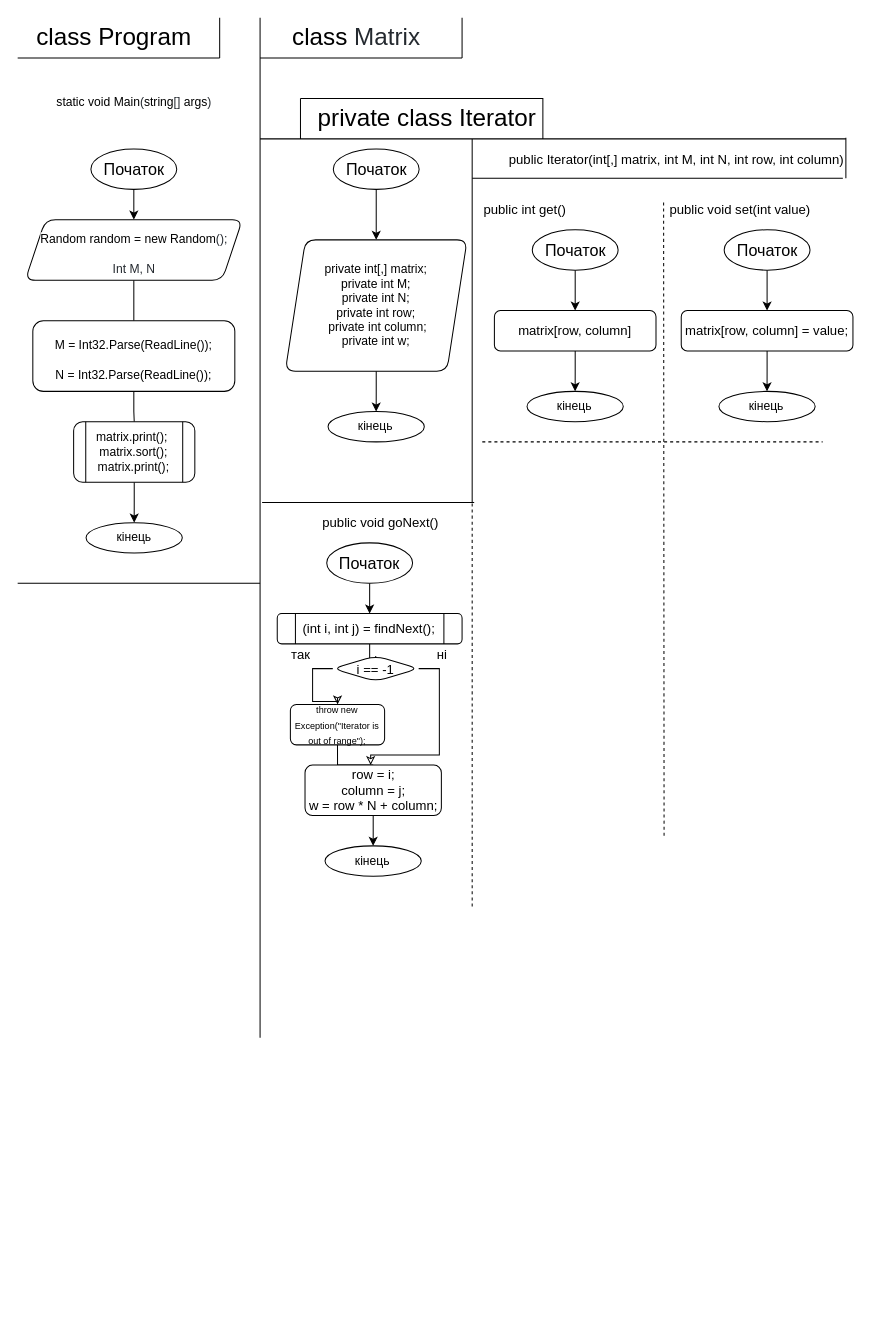
This is asd_2 term/laba_5/laboratorna5.drawio from IKatiaI/ads-nahorna-kp13, a draw.io file, before an edit. Source tidied: cells renumbered, new cells numbered last; positions are measured from the earlier drawing's top-left corner, leaving out a move shared by most shapes. Both pictures are drawn from the tidied source at 101%, with x=0, y=0 at pixel (17, 17).
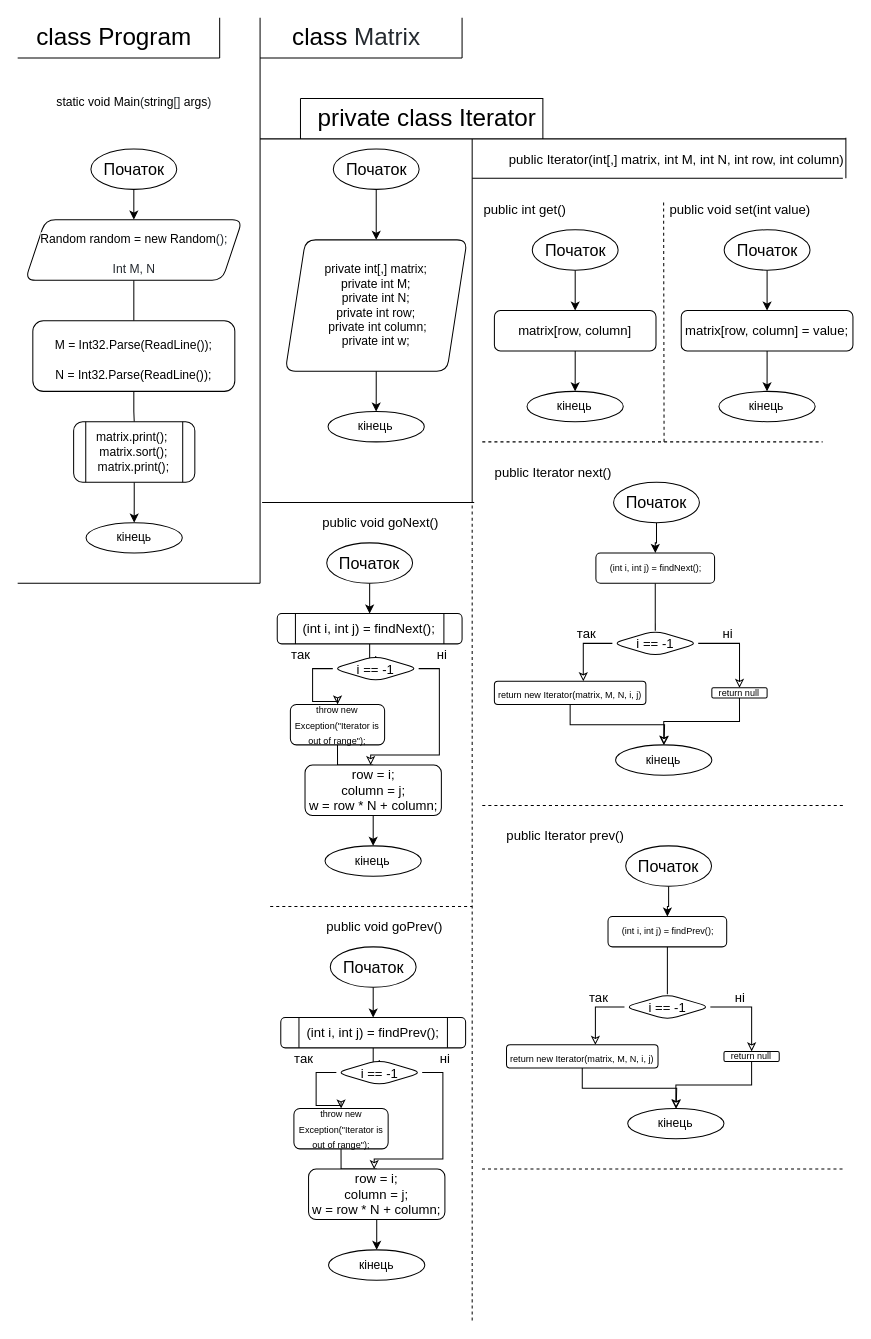
The same page after the edit.

The change refers to these unchanged cells:
```xml
<mxCell id="45" value="public void set(int value)" style="text;html=1;align=center;verticalAlign=middle;points=[];strokeColor=none;fillColor=none;fontSize=13;" parent="1" vertex="1">
  <mxGeometry x="639.7" y="180" width="150" height="20" as="geometry" />
</mxCell>
```

The edit, as a diff of the source:
```diff
@@
     <mxCell id="15" style="endArrow=none;html=1;rounded=0;fontSize=12;" parent="1" edge="1">
       <mxGeometry relative="1" as="geometry">
-        <mxPoint x="240" y="1010" as="sourcePoint" />
+        <mxPoint x="240" y="560" as="sourcePoint" />
         <mxPoint x="240" as="targetPoint" />
       </mxGeometry>
     </mxCell>
@@
     <mxCell id="46" style="endArrow=none;dashed=1;html=1;rounded=0;fontSize=13;entryX=-0.001;entryY=0.021;entryDx=0;entryDy=0;entryPerimeter=0;" parent="1" edge="1" target="45">
       <mxGeometry relative="1" as="geometry">
-        <mxPoint x="640" y="810" as="sourcePoint" />
+        <mxPoint x="640" y="420" as="sourcePoint" />
       </mxGeometry>
     </mxCell>
@@
     <mxCell id="63" style="endArrow=none;dashed=1;html=1;rounded=0;fontSize=13;" parent="1" edge="1">
       <mxGeometry relative="1" as="geometry">
-        <mxPoint x="450" y="880" as="sourcePoint" />
+        <mxPoint x="450" y="1290" as="sourcePoint" />
         <mxPoint x="450" y="480" as="targetPoint" />
       </mxGeometry>
     </mxCell>
+    <mxCell id="64" value="public void goPrev()" style="text;html=1;align=center;verticalAlign=middle;strokeColor=none;fillColor=none;fontSize=13;" parent="1" vertex="1">
+      <mxGeometry x="297.5" y="890" width="130" height="20" as="geometry" />
+    </mxCell>
+    <mxCell id="65" style="edgeStyle=orthogonalEdgeStyle;rounded=0;jettySize=auto;html=1;exitX=0.5;exitY=1;exitDx=0;exitDy=0;fontSize=12;" parent="1" edge="1" source="66" target="68">
+      <mxGeometry relative="1" as="geometry" />
+    </mxCell>
+    <mxCell id="66" value="Початок" style="ellipse;whiteSpace=wrap;html=1;fontSize=16;strokeWidth=1;rounded=1;sketch=0;" parent="1" vertex="1">
+      <mxGeometry x="309.5" y="920" width="85" height="40" as="geometry" />
+    </mxCell>
+    <mxCell id="67" style="edgeStyle=orthogonalEdgeStyle;rounded=0;jettySize=auto;html=1;exitX=0.5;exitY=1;exitDx=0;exitDy=0;fontSize=13;endArrow=none;endFill=0;" parent="1" edge="1" source="68" target="71">
+      <mxGeometry relative="1" as="geometry" />
+    </mxCell>
+    <mxCell id="68" value="(int i, int j) = findPrev();" style="shape=process;whiteSpace=wrap;html=1;backgroundOutline=1;rounded=1;sketch=0;fontSize=13;" parent="1" vertex="1">
+      <mxGeometry x="260.5" y="990" width="183" height="30" as="geometry" />
+    </mxCell>
+    <mxCell id="69" style="edgeStyle=orthogonalEdgeStyle;rounded=0;jettySize=auto;html=1;exitX=0;exitY=0.5;exitDx=0;exitDy=0;fontSize=13;endArrow=classic;endFill=0;" parent="1" edge="1" source="71" target="75">
+      <mxGeometry relative="1" as="geometry" />
+    </mxCell>
+    <mxCell id="70" style="edgeStyle=orthogonalEdgeStyle;rounded=0;jettySize=auto;html=1;exitX=1;exitY=0.5;exitDx=0;exitDy=0;fontSize=13;endArrow=classic;endFill=0;" parent="1" edge="1" source="71" target="76">
+      <mxGeometry relative="1" as="geometry">
+        <Array as="points">
+          <mxPoint x="421" y="1045" />
+          <mxPoint x="421" y="1130" />
+          <mxPoint x="353" y="1130" />
+        </Array>
+      </mxGeometry>
+    </mxCell>
+    <mxCell id="71" value="i == -1" style="rhombus;whiteSpace=wrap;html=1;rounded=1;sketch=0;fontSize=13;" parent="1" vertex="1">
+      <mxGeometry x="315.5" y="1032" width="85" height="25" as="geometry" />
+    </mxCell>
+    <mxCell id="72" value="так" style="text;html=1;align=center;verticalAlign=middle;strokeColor=none;fillColor=none;fontSize=13;" parent="1" vertex="1">
+      <mxGeometry x="268" y="1020" width="30" height="20" as="geometry" />
+    </mxCell>
+    <mxCell id="73" value="ні" style="text;html=1;align=center;verticalAlign=middle;strokeColor=none;fillColor=none;fontSize=13;" parent="1" vertex="1">
+      <mxGeometry x="408" y="1020" width="30" height="20" as="geometry" />
+    </mxCell>
+    <mxCell id="74" style="edgeStyle=orthogonalEdgeStyle;rounded=0;jettySize=auto;html=1;exitX=0.5;exitY=1;exitDx=0;exitDy=0;entryX=0.5;entryY=0;entryDx=0;entryDy=0;fontSize=13;endArrow=none;endFill=0;" parent="1" edge="1" source="75" target="76">
+      <mxGeometry relative="1" as="geometry" />
+    </mxCell>
+    <mxCell id="75" value="&lt;font style=&quot;font-size: 9px&quot;&gt;throw new Exception(&quot;Iterator is out of range&quot;);&lt;/font&gt;" style="rounded=1;whiteSpace=wrap;html=1;sketch=0;fontSize=13;" parent="1" vertex="1">
+      <mxGeometry x="273.5" y="1080" width="93.3" height="40" as="geometry" />
+    </mxCell>
+    <mxCell id="76" value="&lt;div&gt;row = i;&lt;/div&gt;&lt;div&gt;column = j;&lt;/div&gt;&lt;div&gt;w = row * N + column;&lt;/div&gt;" style="rounded=1;whiteSpace=wrap;html=1;sketch=0;fontSize=13;" parent="1" vertex="1">
+      <mxGeometry x="288" y="1140" width="135" height="50" as="geometry" />
+    </mxCell>
+    <mxCell id="77" style="edgeStyle=orthogonalEdgeStyle;rounded=0;jettySize=auto;html=1;fontSize=12;exitX=0.5;exitY=1;exitDx=0;exitDy=0;" parent="1" edge="1" source="76" target="78">
+      <mxGeometry relative="1" as="geometry" />
+    </mxCell>
+    <mxCell id="78" value="кінець" style="ellipse;whiteSpace=wrap;html=1;rounded=1;sketch=0;fontSize=12;" parent="1" vertex="1">
+      <mxGeometry x="307.8" y="1220" width="95.3" height="30" as="geometry" />
+    </mxCell>
+    <mxCell id="79" value="public Iterator next()" style="text;html=1;align=center;verticalAlign=middle;strokeColor=none;fillColor=none;fontSize=13;" parent="1" vertex="1">
+      <mxGeometry x="464.5" y="440" width="130" height="20" as="geometry" />
+    </mxCell>
+    <mxCell id="80" style="edgeStyle=orthogonalEdgeStyle;rounded=0;jettySize=auto;html=1;exitX=0.5;exitY=1;exitDx=0;exitDy=0;fontSize=12;" parent="1" edge="1" source="81" target="84">
+      <mxGeometry relative="1" as="geometry" />
+    </mxCell>
+    <mxCell id="81" value="Початок" style="ellipse;whiteSpace=wrap;html=1;fontSize=16;strokeWidth=1;rounded=1;sketch=0;" parent="1" vertex="1">
+      <mxGeometry x="590" y="460" width="85" height="40" as="geometry" />
+    </mxCell>
+    <mxCell id="82" style="endArrow=none;dashed=1;html=1;rounded=0;fontSize=13;" parent="1" edge="1">
+      <mxGeometry relative="1" as="geometry">
+        <mxPoint x="250" y="880" as="sourcePoint" />
+        <mxPoint x="450" y="880" as="targetPoint" />
+      </mxGeometry>
+    </mxCell>
+    <mxCell id="83" style="edgeStyle=orthogonalEdgeStyle;rounded=0;jettySize=auto;html=1;exitX=0.5;exitY=1;exitDx=0;exitDy=0;fontSize=9;endArrow=none;endFill=0;entryX=0.5;entryY=0;entryDx=0;entryDy=0;" parent="1" edge="1" source="84" target="87">
+      <mxGeometry relative="1" as="geometry" />
+    </mxCell>
+    <mxCell id="84" value="(int i, int j) = findNext();" style="rounded=1;whiteSpace=wrap;html=1;sketch=0;fontSize=9;" parent="1" vertex="1">
+      <mxGeometry x="572.5" y="530" width="117.5" height="30" as="geometry" />
+    </mxCell>
+    <mxCell id="85" style="edgeStyle=orthogonalEdgeStyle;rounded=0;jettySize=auto;html=1;exitX=0;exitY=0.5;exitDx=0;exitDy=0;fontSize=13;endArrow=classic;endFill=0;" parent="1" edge="1" source="87" target="91">
+      <mxGeometry relative="1" as="geometry">
+        <Array as="points">
+          <mxPoint x="560" y="620" />
+        </Array>
+      </mxGeometry>
+    </mxCell>
+    <mxCell id="86" style="edgeStyle=orthogonalEdgeStyle;rounded=0;jettySize=auto;html=1;exitX=1;exitY=0.5;exitDx=0;exitDy=0;fontSize=9;endArrow=classic;endFill=0;" parent="1" edge="1" source="87" target="93">
+      <mxGeometry relative="1" as="geometry" />
+    </mxCell>
+    <mxCell id="87" value="i == -1" style="rhombus;whiteSpace=wrap;html=1;rounded=1;sketch=0;fontSize=13;" parent="1" vertex="1">
+      <mxGeometry x="588.8" y="607" width="85" height="25" as="geometry" />
+    </mxCell>
+    <mxCell id="88" value="так" style="text;html=1;align=center;verticalAlign=middle;strokeColor=none;fillColor=none;fontSize=13;" parent="1" vertex="1">
+      <mxGeometry x="547.5" y="600" width="30" height="20" as="geometry" />
+    </mxCell>
+    <mxCell id="89" value="ні" style="text;html=1;align=center;verticalAlign=middle;strokeColor=none;fillColor=none;fontSize=13;" parent="1" vertex="1">
+      <mxGeometry x="687.5" y="600" width="30" height="20" as="geometry" />
+    </mxCell>
+    <mxCell id="90" style="edgeStyle=orthogonalEdgeStyle;rounded=0;jettySize=auto;html=1;exitX=0.5;exitY=1;exitDx=0;exitDy=0;fontSize=9;endArrow=classic;endFill=0;" parent="1" edge="1" source="91">
+      <mxGeometry relative="1" as="geometry">
+        <mxPoint x="640" y="720" as="targetPoint" />
+      </mxGeometry>
+    </mxCell>
+    <mxCell id="91" value="&lt;font style=&quot;font-size: 9px&quot;&gt;return new Iterator(matrix, M, N, i, j)&lt;/font&gt;" style="rounded=1;whiteSpace=wrap;html=1;sketch=0;fontSize=13;" parent="1" vertex="1">
+      <mxGeometry x="472" y="657" width="150" height="23" as="geometry" />
+    </mxCell>
+    <mxCell id="92" style="edgeStyle=orthogonalEdgeStyle;rounded=0;jettySize=auto;html=1;exitX=0.5;exitY=1;exitDx=0;exitDy=0;fontSize=9;endArrow=classic;endFill=0;entryX=0.5;entryY=0;entryDx=0;entryDy=0;" parent="1" edge="1" source="93" target="94">
+      <mxGeometry relative="1" as="geometry" />
+    </mxCell>
+    <mxCell id="93" value="return&amp;nbsp;null" style="rounded=1;whiteSpace=wrap;html=1;sketch=0;fontSize=9;" parent="1" vertex="1">
+      <mxGeometry x="687.3" y="663.5" width="54.7" height="10" as="geometry" />
+    </mxCell>
+    <mxCell id="94" value="кінець" style="ellipse;whiteSpace=wrap;html=1;rounded=1;sketch=0;fontSize=12;" parent="1" vertex="1">
+      <mxGeometry x="592" y="720" width="95.3" height="30" as="geometry" />
+    </mxCell>
+    <mxCell id="95" style="endArrow=none;dashed=1;html=1;rounded=0;fontSize=13;" parent="1" edge="1">
+      <mxGeometry relative="1" as="geometry">
+        <mxPoint x="460" y="780" as="sourcePoint" />
+        <mxPoint x="820" y="780" as="targetPoint" />
+      </mxGeometry>
+    </mxCell>
+    <mxCell id="96" value="public Iterator prev()" style="text;html=1;align=center;verticalAlign=middle;strokeColor=none;fillColor=none;fontSize=13;" parent="1" vertex="1">
+      <mxGeometry x="476.5" y="800" width="130" height="20" as="geometry" />
+    </mxCell>
+    <mxCell id="97" style="edgeStyle=orthogonalEdgeStyle;rounded=0;jettySize=auto;html=1;exitX=0.5;exitY=1;exitDx=0;exitDy=0;fontSize=12;" parent="1" edge="1" source="98" target="100">
+      <mxGeometry relative="1" as="geometry" />
+    </mxCell>
+    <mxCell id="98" value="Початок" style="ellipse;whiteSpace=wrap;html=1;fontSize=16;strokeWidth=1;rounded=1;sketch=0;" parent="1" vertex="1">
+      <mxGeometry x="602" y="820" width="85" height="40" as="geometry" />
+    </mxCell>
+    <mxCell id="99" style="edgeStyle=orthogonalEdgeStyle;rounded=0;jettySize=auto;html=1;exitX=0.5;exitY=1;exitDx=0;exitDy=0;fontSize=9;endArrow=none;endFill=0;entryX=0.5;entryY=0;entryDx=0;entryDy=0;" parent="1" edge="1" source="100" target="103">
+      <mxGeometry relative="1" as="geometry" />
+    </mxCell>
+    <mxCell id="100" value="(int i, int j) = findPrev();" style="rounded=1;whiteSpace=wrap;html=1;sketch=0;fontSize=9;" parent="1" vertex="1">
+      <mxGeometry x="584.5" y="890" width="117.5" height="30" as="geometry" />
+    </mxCell>
+    <mxCell id="101" style="edgeStyle=orthogonalEdgeStyle;rounded=0;jettySize=auto;html=1;exitX=0;exitY=0.5;exitDx=0;exitDy=0;fontSize=13;endArrow=classic;endFill=0;" parent="1" edge="1" source="103" target="107">
+      <mxGeometry relative="1" as="geometry">
+        <Array as="points">
+          <mxPoint x="572" y="980" />
+        </Array>
+      </mxGeometry>
+    </mxCell>
+    <mxCell id="102" style="edgeStyle=orthogonalEdgeStyle;rounded=0;jettySize=auto;html=1;exitX=1;exitY=0.5;exitDx=0;exitDy=0;fontSize=9;endArrow=classic;endFill=0;" parent="1" edge="1" source="103" target="109">
+      <mxGeometry relative="1" as="geometry" />
+    </mxCell>
+    <mxCell id="103" value="i == -1" style="rhombus;whiteSpace=wrap;html=1;rounded=1;sketch=0;fontSize=13;" parent="1" vertex="1">
+      <mxGeometry x="600.8" y="967" width="85" height="25" as="geometry" />
+    </mxCell>
+    <mxCell id="104" value="так" style="text;html=1;align=center;verticalAlign=middle;strokeColor=none;fillColor=none;fontSize=13;" parent="1" vertex="1">
+      <mxGeometry x="559.5" y="960" width="30" height="20" as="geometry" />
+    </mxCell>
+    <mxCell id="105" value="ні" style="text;html=1;align=center;verticalAlign=middle;strokeColor=none;fillColor=none;fontSize=13;" parent="1" vertex="1">
+      <mxGeometry x="699.5" y="960" width="30" height="20" as="geometry" />
+    </mxCell>
+    <mxCell id="106" style="edgeStyle=orthogonalEdgeStyle;rounded=0;jettySize=auto;html=1;exitX=0.5;exitY=1;exitDx=0;exitDy=0;fontSize=9;endArrow=classic;endFill=0;" parent="1" edge="1" source="107">
+      <mxGeometry relative="1" as="geometry">
+        <mxPoint x="652" y="1080" as="targetPoint" />
+      </mxGeometry>
+    </mxCell>
+    <mxCell id="107" value="&lt;font style=&quot;font-size: 9px&quot;&gt;return new Iterator(matrix, M, N, i, j)&lt;/font&gt;" style="rounded=1;whiteSpace=wrap;html=1;sketch=0;fontSize=13;" parent="1" vertex="1">
+      <mxGeometry x="484" y="1017" width="150" height="23" as="geometry" />
+    </mxCell>
+    <mxCell id="108" style="edgeStyle=orthogonalEdgeStyle;rounded=0;jettySize=auto;html=1;exitX=0.5;exitY=1;exitDx=0;exitDy=0;fontSize=9;endArrow=classic;endFill=0;entryX=0.5;entryY=0;entryDx=0;entryDy=0;" parent="1" edge="1" source="109" target="110">
+      <mxGeometry relative="1" as="geometry" />
+    </mxCell>
+    <mxCell id="109" value="return&amp;nbsp;null" style="rounded=1;whiteSpace=wrap;html=1;sketch=0;fontSize=9;" parent="1" vertex="1">
+      <mxGeometry x="699.3" y="1023.5" width="54.7" height="10" as="geometry" />
+    </mxCell>
+    <mxCell id="110" value="кінець" style="ellipse;whiteSpace=wrap;html=1;rounded=1;sketch=0;fontSize=12;" parent="1" vertex="1">
+      <mxGeometry x="604" y="1080" width="95.3" height="30" as="geometry" />
+    </mxCell>
+    <mxCell id="111" style="endArrow=none;dashed=1;html=1;rounded=0;fontSize=13;" parent="1" edge="1">
+      <mxGeometry relative="1" as="geometry">
+        <mxPoint x="459.7" y="1140" as="sourcePoint" />
+        <mxPoint x="819.7" y="1140" as="targetPoint" />
+      </mxGeometry>
+    </mxCell>
```
